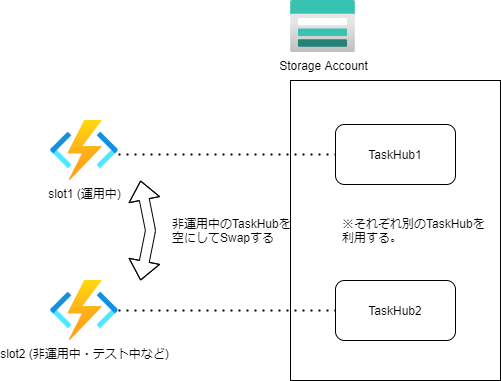
Before: Training3_version/Training3_version.png, a diagram exported from draw.io (APCt-okuyama/az-func-learn). Source tidied: cells renumbered, new cells last; positions are measured from the earlier drawing's top-left corner, leaving out a move shared by most shapes. The source it was exported from:
```xml
<mxGraphModel>
  <root>
    <mxCell id="0" />
    <mxCell id="1" parent="0" />
    <mxCell id="2" value="slot1 (運用中)" style="html=1;points=[];align=center;image;fontSize=12;image=img/lib/azure2/compute/Function_Apps.svg;" parent="1" vertex="1">
      <mxGeometry y="120" width="68" height="60" as="geometry" />
    </mxCell>
    <mxCell id="3" value="slot2 (非運用中・テスト中など)" style="html=1;points=[];align=center;image;fontSize=12;image=img/lib/azure2/compute/Function_Apps.svg;" parent="1" vertex="1">
      <mxGeometry y="280" width="68" height="60" as="geometry" />
    </mxCell>
    <mxCell id="4" value="Storage Account" style="html=1;align=center;image;fontSize=12;image=img/lib/azure2/storage/Storage_Accounts.svg;" parent="1" vertex="1">
      <mxGeometry x="240" width="65" height="52" as="geometry" />
    </mxCell>
    <mxCell id="5" style="rounded=0;whiteSpace=wrap;html=1;" parent="1" vertex="1">
      <mxGeometry x="240" y="80" width="210" height="300" as="geometry" />
    </mxCell>
    <mxCell id="6" value="TaskHub1" style="rounded=1;whiteSpace=wrap;html=1;" parent="1" vertex="1">
      <mxGeometry x="285" y="124" width="120" height="60" as="geometry" />
    </mxCell>
    <mxCell id="7" value="TaskHub2" style="rounded=1;whiteSpace=wrap;html=1;" parent="1" vertex="1">
      <mxGeometry x="285" y="280" width="120" height="60" as="geometry" />
    </mxCell>
    <mxCell id="8" style="endArrow=none;dashed=1;html=1;dashPattern=1 3;strokeWidth=2;" parent="1" edge="1" source="3" target="7">
      <mxGeometry relative="1" as="geometry" />
    </mxCell>
    <mxCell id="9" style="endArrow=none;dashed=1;html=1;dashPattern=1 3;strokeWidth=2;exitX=1;exitY=0.567;exitDx=0;exitDy=0;exitPerimeter=0;entryX=0;entryY=0.5;entryDx=0;entryDy=0;" parent="1" edge="1" source="2" target="6">
      <mxGeometry relative="1" as="geometry" />
    </mxCell>
    <mxCell id="10" style="shape=flexArrow;endArrow=classic;startArrow=classic;html=1;" parent="1" edge="1">
      <mxGeometry relative="1" as="geometry">
        <mxPoint x="90" y="280" as="sourcePoint" />
        <mxPoint x="90" y="180" as="targetPoint" />
        <Array as="points">
          <mxPoint x="100" y="230" />
        </Array>
      </mxGeometry>
    </mxCell>
    <mxCell id="11" value="非運用中のTaskHubを&lt;br&gt;空にしてSwapする" style="text;html=1;strokeColor=none;fillColor=none;align=left;verticalAlign=middle;whiteSpace=wrap;rounded=0;" parent="1" vertex="1">
      <mxGeometry x="120" y="210" width="150" height="40" as="geometry" />
    </mxCell>
    <mxCell id="12" value="※それぞれ別のTaskHubを利用する。" style="text;html=1;strokeColor=none;fillColor=none;align=left;verticalAlign=middle;whiteSpace=wrap;rounded=0;" parent="1" vertex="1">
      <mxGeometry x="290" y="210" width="150" height="40" as="geometry" />
    </mxCell>
  </root>
</mxGraphModel>
```
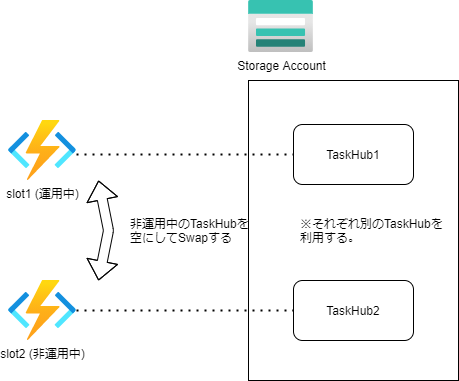
After the change.

Diff of the diagram source:
```diff
@@ -5,7 +5,7 @@
     <mxCell id="2" value="slot1 (運用中)" style="html=1;points=[];align=center;image;fontSize=12;image=img/lib/azure2/compute/Function_Apps.svg;" parent="1" vertex="1">
       <mxGeometry y="120" width="68" height="60" as="geometry" />
     </mxCell>
-    <mxCell id="3" value="slot2 (非運用中・テスト中など)" style="html=1;points=[];align=center;image;fontSize=12;image=img/lib/azure2/compute/Function_Apps.svg;" parent="1" vertex="1">
+    <mxCell id="3" value="slot2 (非運用中)" style="html=1;points=[];align=center;image;fontSize=12;image=img/lib/azure2/compute/Function_Apps.svg;" parent="1" vertex="1">
       <mxGeometry y="280" width="68" height="60" as="geometry" />
     </mxCell>
     <mxCell id="4" value="Storage Account" style="html=1;align=center;image;fontSize=12;image=img/lib/azure2/storage/Storage_Accounts.svg;" parent="1" vertex="1">
```
